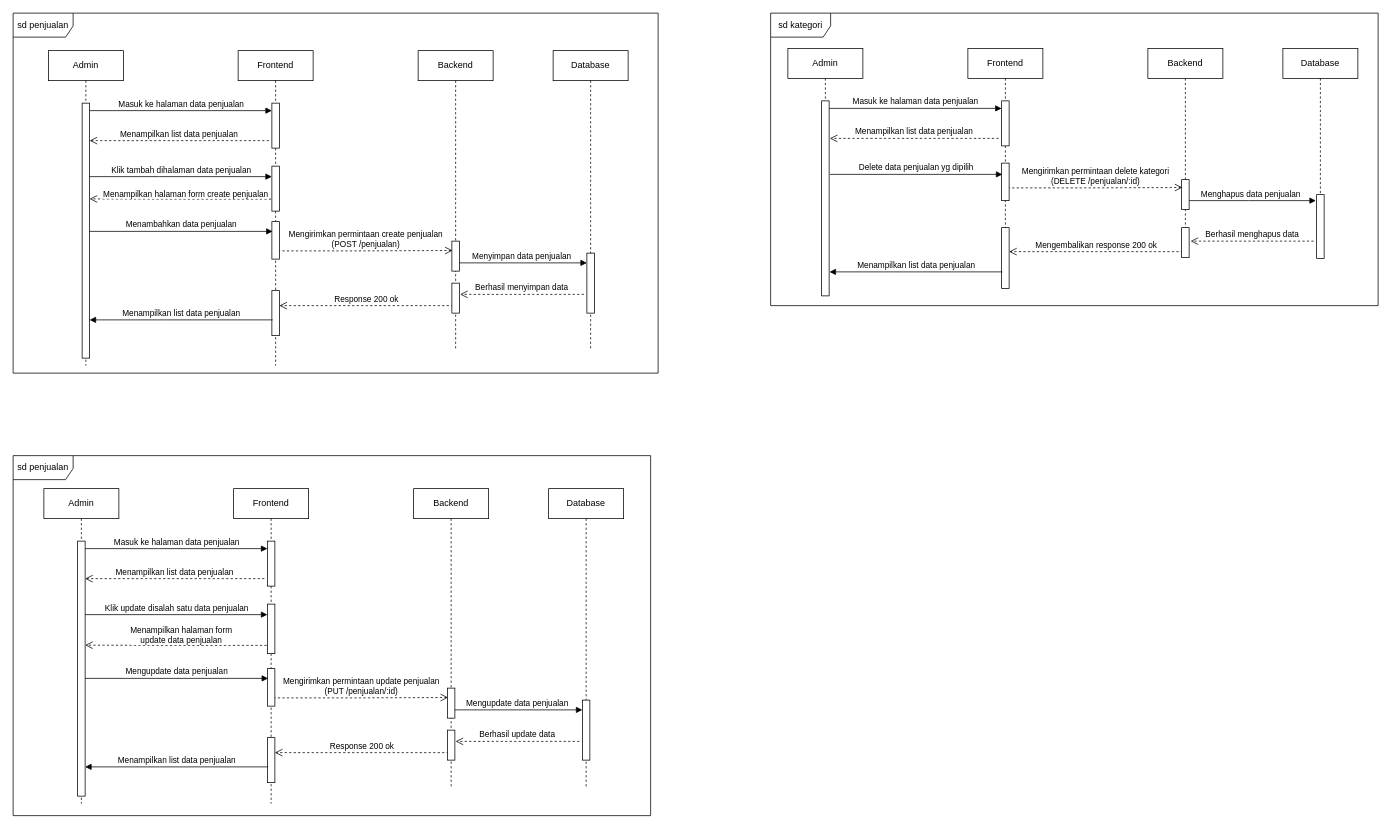
Above: page "Halaman-12" (4 of 5) of Sequence.drawio in sintariaulia/Diagram (draw.io), before the change. Source tidied: cells renumbered, new cells numbered last; positions are measured from the earlier drawing's top-left corner, leaving out a move shared by most shapes. Both pictures are drawn from the tidied source at 75%, with x=0, y=0 at pixel (13, 13).
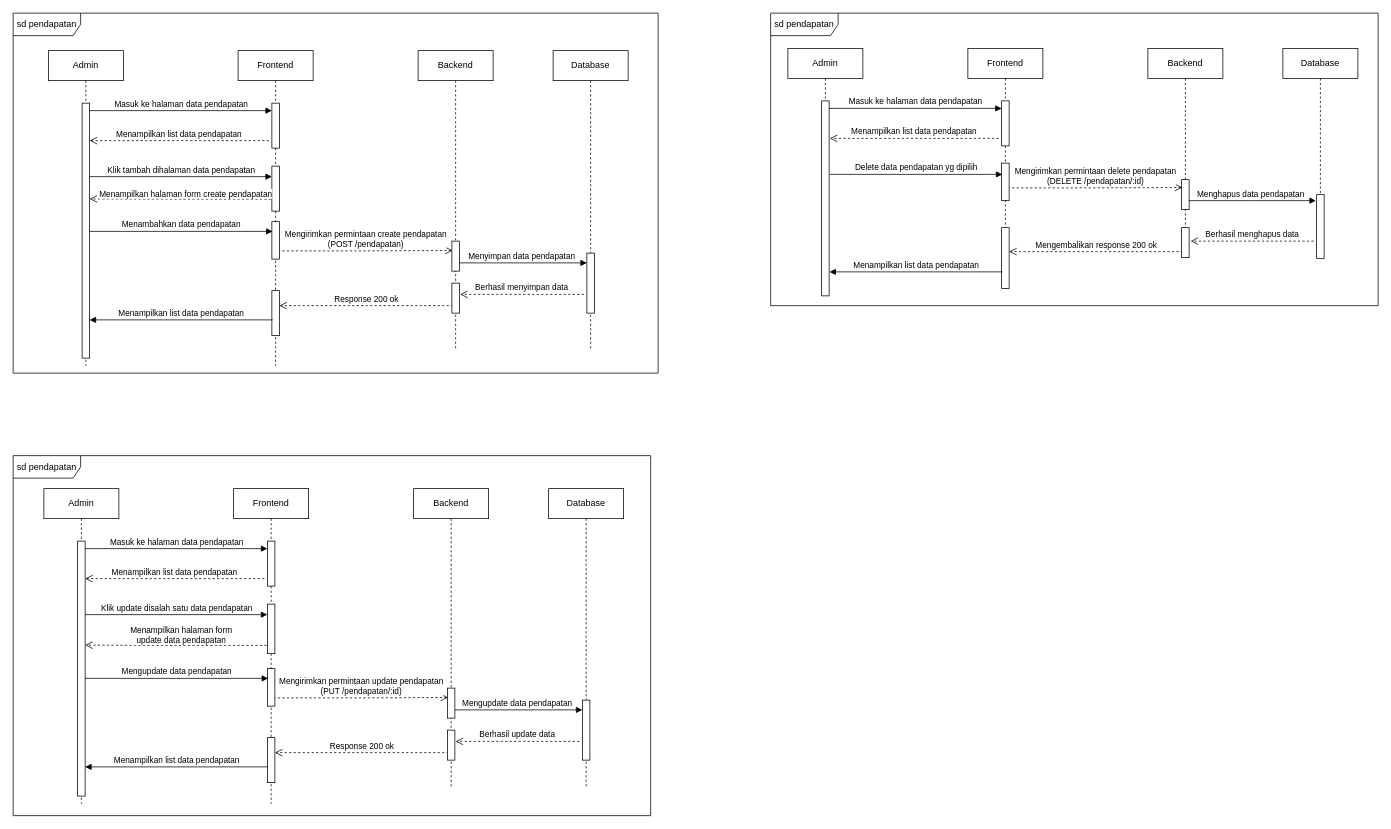
The same diagram, later.

The change refers to these unchanged cells:
```xml
<mxCell id="6" style="html=1;points=[];perimeter=orthogonalPerimeter;outlineConnect=0;targetShapes=umlLifeline;portConstraint=eastwest;newEdgeStyle={&quot;edgeStyle&quot;:&quot;elbowEdgeStyle&quot;,&quot;elbow&quot;:&quot;vertical&quot;,&quot;curved&quot;:0,&quot;rounded&quot;:0};" parent="5" vertex="1">
  <mxGeometry x="45" y="70" width="10" height="340" as="geometry" />
</mxCell>
<mxCell id="8" style="html=1;points=[];perimeter=orthogonalPerimeter;outlineConnect=0;targetShapes=umlLifeline;portConstraint=eastwest;newEdgeStyle={&quot;edgeStyle&quot;:&quot;elbowEdgeStyle&quot;,&quot;elbow&quot;:&quot;vertical&quot;,&quot;curved&quot;:0,&quot;rounded&quot;:0};" parent="7" vertex="1">
  <mxGeometry x="45" y="70" width="10" height="60" as="geometry" />
</mxCell>
<mxCell id="29" style="html=1;points=[];perimeter=orthogonalPerimeter;outlineConnect=0;targetShapes=umlLifeline;portConstraint=eastwest;newEdgeStyle={&quot;edgeStyle&quot;:&quot;elbowEdgeStyle&quot;,&quot;elbow&quot;:&quot;vertical&quot;,&quot;curved&quot;:0,&quot;rounded&quot;:0};" parent="28" vertex="1">
  <mxGeometry x="45" y="70" width="10" height="340" as="geometry" />
</mxCell>
<mxCell id="31" style="html=1;points=[];perimeter=orthogonalPerimeter;outlineConnect=0;targetShapes=umlLifeline;portConstraint=eastwest;newEdgeStyle={&quot;edgeStyle&quot;:&quot;elbowEdgeStyle&quot;,&quot;elbow&quot;:&quot;vertical&quot;,&quot;curved&quot;:0,&quot;rounded&quot;:0};" parent="30" vertex="1">
  <mxGeometry x="45" y="70" width="10" height="60" as="geometry" />
</mxCell>
<mxCell id="52" style="html=1;points=[];perimeter=orthogonalPerimeter;outlineConnect=0;targetShapes=umlLifeline;portConstraint=eastwest;newEdgeStyle={&quot;edgeStyle&quot;:&quot;elbowEdgeStyle&quot;,&quot;elbow&quot;:&quot;vertical&quot;,&quot;curved&quot;:0,&quot;rounded&quot;:0};" parent="51" vertex="1">
  <mxGeometry x="45" y="70" width="10" height="260" as="geometry" />
</mxCell>
<mxCell id="54" style="html=1;points=[];perimeter=orthogonalPerimeter;outlineConnect=0;targetShapes=umlLifeline;portConstraint=eastwest;newEdgeStyle={&quot;edgeStyle&quot;:&quot;elbowEdgeStyle&quot;,&quot;elbow&quot;:&quot;vertical&quot;,&quot;curved&quot;:0,&quot;rounded&quot;:0};" parent="53" vertex="1">
  <mxGeometry x="45" y="70" width="10" height="60" as="geometry" />
</mxCell>
```

What changed in the source:
```diff
@@
-    <mxCell id="3" value="Menyimpan data penjualan" style="html=1;verticalAlign=bottom;endArrow=block;edgeStyle=elbowEdgeStyle;elbow=horizontal;curved=0;rounded=0;" parent="1" edge="1">
+    <mxCell id="3" value="Menyimpan data pendapatan" style="html=1;verticalAlign=bottom;endArrow=block;edgeStyle=elbowEdgeStyle;elbow=horizontal;curved=0;rounded=0;" parent="1" edge="1">
       <mxGeometry relative="1" as="geometry">
         <mxPoint x="590" y="333" as="sourcePoint" />
         <mxPoint x="765" y="333" as="targetPoint" />
         <Array as="points">
           <mxPoint x="675" y="333" />
         </Array>
       </mxGeometry>
     </mxCell>
-    <mxCell id="4" value="Mengirimkan permintaan create penjualan&lt;br&gt;(POST /penjualan)" style="html=1;verticalAlign=bottom;endArrow=open;dashed=1;endSize=8;edgeStyle=elbowEdgeStyle;elbow=horizontal;curved=0;rounded=0;entryX=-0.2;entryY=0.37;entryDx=0;entryDy=0;entryPerimeter=0;" parent="1" edge="1">
+    <mxCell id="4" value="Mengirimkan permintaan create pendapatan&lt;br&gt;(POST /pendapatan)" style="html=1;verticalAlign=bottom;endArrow=open;dashed=1;endSize=8;edgeStyle=elbowEdgeStyle;elbow=horizontal;curved=0;rounded=0;entryX=-0.2;entryY=0.37;entryDx=0;entryDy=0;entryPerimeter=0;" parent="1" edge="1">
       <mxGeometry relative="1" as="geometry">
         <mxPoint x="353" y="317" as="sourcePoint" />
         <mxPoint x="586" y="316.5" as="targetPoint" />
       </mxGeometry>
     </mxCell>
@@
-    <mxCell id="12" value="Masuk ke halaman data penjualan" style="html=1;verticalAlign=bottom;endArrow=block;edgeStyle=elbowEdgeStyle;elbow=horizontal;curved=0;rounded=0;" parent="1" edge="1" source="6" target="8">
+    <mxCell id="12" value="Masuk ke halaman data pendapatan" style="html=1;verticalAlign=bottom;endArrow=block;edgeStyle=elbowEdgeStyle;elbow=horizontal;curved=0;rounded=0;" parent="1" edge="1" source="6" target="8">
       <mxGeometry relative="1" as="geometry">
         <Array as="points">
           <mxPoint x="200" y="130" />
         </Array>
       </mxGeometry>
     </mxCell>
-    <mxCell id="13" value="Menampilkan halaman form create penjualan" style="html=1;verticalAlign=bottom;endArrow=open;dashed=1;endSize=8;edgeStyle=elbowEdgeStyle;elbow=horizontal;curved=0;rounded=0;entryX=0.8;entryY=0.399;entryDx=0;entryDy=0;entryPerimeter=0;" parent="1" edge="1">
+    <mxCell id="13" value="Menampilkan halaman form create pendapatan" style="html=1;verticalAlign=bottom;endArrow=open;dashed=1;endSize=8;edgeStyle=elbowEdgeStyle;elbow=horizontal;curved=0;rounded=0;entryX=0.8;entryY=0.399;entryDx=0;entryDy=0;entryPerimeter=0;" parent="1" edge="1">
       <mxGeometry x="-0.06" y="2" relative="1" as="geometry">
         <mxPoint x="344" y="248" as="sourcePoint" />
         <mxPoint x="102" y="247.7" as="targetPoint" />
       </mxGeometry>
     </mxCell>
@@
-    <mxCell id="19" value="Menampilkan list data penjualan" style="html=1;verticalAlign=bottom;endArrow=open;dashed=1;endSize=8;edgeStyle=elbowEdgeStyle;elbow=vertical;curved=0;rounded=0;" parent="1" edge="1" target="6">
+    <mxCell id="19" value="Menampilkan list data pendapatan" style="html=1;verticalAlign=bottom;endArrow=open;dashed=1;endSize=8;edgeStyle=elbowEdgeStyle;elbow=vertical;curved=0;rounded=0;" parent="1" edge="1" target="6">
       <mxGeometry relative="1" as="geometry">
         <mxPoint x="341" y="170" as="sourcePoint" />
       </mxGeometry>
     </mxCell>
-    <mxCell id="20" value="Klik tambah dihalaman data penjualan" style="html=1;verticalAlign=bottom;endArrow=block;edgeStyle=elbowEdgeStyle;elbow=horizontal;curved=0;rounded=0;" parent="1" edge="1" source="6">
+    <mxCell id="20" value="Klik tambah dihalaman data pendapatan" style="html=1;verticalAlign=bottom;endArrow=block;edgeStyle=elbowEdgeStyle;elbow=horizontal;curved=0;rounded=0;" parent="1" edge="1" source="6">
       <mxGeometry relative="1" as="geometry">
         <mxPoint x="345" y="218" as="targetPoint" />
         <Array as="points">
           <mxPoint x="195" y="218" />
         </Array>
       </mxGeometry>
     </mxCell>
-    <mxCell id="21" value="Menambahkan data penjualan" style="html=1;verticalAlign=bottom;endArrow=block;edgeStyle=elbowEdgeStyle;elbow=horizontal;curved=0;rounded=0;" parent="1" edge="1" source="6">
+    <mxCell id="21" value="Menambahkan data pendapatan" style="html=1;verticalAlign=bottom;endArrow=block;edgeStyle=elbowEdgeStyle;elbow=horizontal;curved=0;rounded=0;" parent="1" edge="1" source="6">
       <mxGeometry relative="1" as="geometry">
         <mxPoint x="346" y="291" as="targetPoint" />
         <Array as="points">
           <mxPoint x="196" y="291" />
         </Array>
       </mxGeometry>
     </mxCell>
@@
-    <mxCell id="23" value="Menampilkan list data penjualan" style="html=1;verticalAlign=bottom;endArrow=block;edgeStyle=elbowEdgeStyle;elbow=horizontal;curved=0;rounded=0;" parent="1" edge="1" target="6">
+    <mxCell id="23" value="Menampilkan list data pendapatan" style="html=1;verticalAlign=bottom;endArrow=block;edgeStyle=elbowEdgeStyle;elbow=horizontal;curved=0;rounded=0;" parent="1" edge="1" target="6">
       <mxGeometry relative="1" as="geometry">
         <mxPoint x="346" y="409" as="sourcePoint" />
         <Array as="points">
           <mxPoint x="201" y="409" />
         </Array>
       </mxGeometry>
     </mxCell>
-    <mxCell id="24" value="sd penjualan" style="shape=umlFrame;whiteSpace=wrap;html=1;width=80;height=32;" parent="1" vertex="1">
+    <mxCell id="24" value="sd pendapatan" style="shape=umlFrame;whiteSpace=wrap;html=1;width=90;height=30;" parent="1" vertex="1">
       <mxGeometry width="860" height="480" as="geometry" />
     </mxCell>
@@
-    <mxCell id="26" value="Mengupdate data penjualan" style="html=1;verticalAlign=bottom;endArrow=block;edgeStyle=elbowEdgeStyle;elbow=horizontal;curved=0;rounded=0;" parent="1" edge="1">
+    <mxCell id="26" value="Mengupdate data pendapatan" style="html=1;verticalAlign=bottom;endArrow=block;edgeStyle=elbowEdgeStyle;elbow=horizontal;curved=0;rounded=0;" parent="1" edge="1">
       <mxGeometry relative="1" as="geometry">
         <mxPoint x="584" y="929" as="sourcePoint" />
         <mxPoint x="759" y="929" as="targetPoint" />
         <Array as="points">
           <mxPoint x="669" y="929" />
         </Array>
       </mxGeometry>
     </mxCell>
-    <mxCell id="27" value="Mengirimkan permintaan update penjualan&lt;br&gt;(PUT /penjualan/:id)" style="html=1;verticalAlign=bottom;endArrow=open;dashed=1;endSize=8;edgeStyle=elbowEdgeStyle;elbow=horizontal;curved=0;rounded=0;entryX=-0.2;entryY=0.37;entryDx=0;entryDy=0;entryPerimeter=0;" parent="1" edge="1">
+    <mxCell id="27" value="Mengirimkan permintaan update pendapatan&lt;br&gt;(PUT /pendapatan/:id)" style="html=1;verticalAlign=bottom;endArrow=open;dashed=1;endSize=8;edgeStyle=elbowEdgeStyle;elbow=horizontal;curved=0;rounded=0;entryX=-0.2;entryY=0.37;entryDx=0;entryDy=0;entryPerimeter=0;" parent="1" edge="1">
       <mxGeometry relative="1" as="geometry">
         <mxPoint x="347" y="913" as="sourcePoint" />
         <mxPoint x="580" y="912.5" as="targetPoint" />
       </mxGeometry>
     </mxCell>
@@
-    <mxCell id="35" value="Masuk ke halaman data penjualan" style="html=1;verticalAlign=bottom;endArrow=block;edgeStyle=elbowEdgeStyle;elbow=horizontal;curved=0;rounded=0;" parent="1" edge="1" source="29" target="31">
+    <mxCell id="35" value="Masuk ke halaman data pendapatan" style="html=1;verticalAlign=bottom;endArrow=block;edgeStyle=elbowEdgeStyle;elbow=horizontal;curved=0;rounded=0;" parent="1" edge="1" source="29" target="31">
       <mxGeometry relative="1" as="geometry">
         <Array as="points">
           <mxPoint x="194" y="714" />
         </Array>
       </mxGeometry>
     </mxCell>
-    <mxCell id="36" value="Menampilkan halaman form &lt;br&gt;update data penjualan" style="html=1;verticalAlign=bottom;endArrow=open;dashed=1;endSize=8;edgeStyle=elbowEdgeStyle;elbow=horizontal;curved=0;rounded=0;entryX=0.8;entryY=0.399;entryDx=0;entryDy=0;entryPerimeter=0;" parent="1" edge="1">
+    <mxCell id="36" value="Menampilkan halaman form &lt;br&gt;update data pendapatan" style="html=1;verticalAlign=bottom;endArrow=open;dashed=1;endSize=8;edgeStyle=elbowEdgeStyle;elbow=horizontal;curved=0;rounded=0;entryX=0.8;entryY=0.399;entryDx=0;entryDy=0;entryPerimeter=0;" parent="1" edge="1">
       <mxGeometry x="-0.06" y="2" relative="1" as="geometry">
         <mxPoint x="338" y="843" as="sourcePoint" />
         <mxPoint x="96" y="842.7" as="targetPoint" />
       </mxGeometry>
     </mxCell>
@@
-    <mxCell id="42" value="Menampilkan list data penjualan" style="html=1;verticalAlign=bottom;endArrow=open;dashed=1;endSize=8;edgeStyle=elbowEdgeStyle;elbow=vertical;curved=0;rounded=0;" parent="1" edge="1" target="29">
+    <mxCell id="42" value="Menampilkan list data pendapatan" style="html=1;verticalAlign=bottom;endArrow=open;dashed=1;endSize=8;edgeStyle=elbowEdgeStyle;elbow=vertical;curved=0;rounded=0;" parent="1" edge="1" target="29">
       <mxGeometry relative="1" as="geometry">
         <mxPoint x="335" y="754" as="sourcePoint" />
       </mxGeometry>
     </mxCell>
-    <mxCell id="43" value="Klik update disalah satu data penjualan" style="html=1;verticalAlign=bottom;endArrow=block;edgeStyle=elbowEdgeStyle;elbow=horizontal;curved=0;rounded=0;" parent="1" edge="1" source="29">
+    <mxCell id="43" value="Klik update disalah satu data pendapatan" style="html=1;verticalAlign=bottom;endArrow=block;edgeStyle=elbowEdgeStyle;elbow=horizontal;curved=0;rounded=0;" parent="1" edge="1" source="29">
       <mxGeometry relative="1" as="geometry">
         <mxPoint x="339" y="802" as="targetPoint" />
         <Array as="points">
           <mxPoint x="189" y="802" />
         </Array>
       </mxGeometry>
     </mxCell>
-    <mxCell id="44" value="Mengupdate data penjualan" style="html=1;verticalAlign=bottom;endArrow=block;edgeStyle=elbowEdgeStyle;elbow=horizontal;curved=0;rounded=0;" parent="1" edge="1">
+    <mxCell id="44" value="Mengupdate data pendapatan" style="html=1;verticalAlign=bottom;endArrow=block;edgeStyle=elbowEdgeStyle;elbow=horizontal;curved=0;rounded=0;" parent="1" edge="1">
       <mxGeometry relative="1" as="geometry">
         <mxPoint x="96" y="887" as="sourcePoint" />
         <mxPoint x="340" y="887" as="targetPoint" />
         <Array as="points">
           <mxPoint x="190" y="887" />
         </Array>
       </mxGeometry>
     </mxCell>
@@
-    <mxCell id="46" value="Menampilkan list data penjualan" style="html=1;verticalAlign=bottom;endArrow=block;edgeStyle=elbowEdgeStyle;elbow=horizontal;curved=0;rounded=0;" parent="1" edge="1">
+    <mxCell id="46" value="Menampilkan list data pendapatan" style="html=1;verticalAlign=bottom;endArrow=block;edgeStyle=elbowEdgeStyle;elbow=horizontal;curved=0;rounded=0;" parent="1" edge="1">
       <mxGeometry relative="1" as="geometry">
         <mxPoint x="340" y="1005" as="sourcePoint" />
         <mxPoint x="96" y="1005" as="targetPoint" />
         <Array as="points">
           <mxPoint x="195" y="1005" />
         </Array>
       </mxGeometry>
     </mxCell>
-    <mxCell id="47" value="sd penjualan" style="shape=umlFrame;whiteSpace=wrap;html=1;width=80;height=32;" parent="1" vertex="1">
+    <mxCell id="47" value="sd&amp;nbsp;pendapatan" style="shape=umlFrame;whiteSpace=wrap;html=1;width=90;height=30;" parent="1" vertex="1">
       <mxGeometry y="590" width="850" height="480" as="geometry" />
     </mxCell>
@@
-    <mxCell id="49" value="Menghapus data penjualan" style="html=1;verticalAlign=bottom;endArrow=block;edgeStyle=elbowEdgeStyle;elbow=horizontal;curved=0;rounded=0;" parent="1" edge="1">
+    <mxCell id="49" value="Menghapus data pendapatan" style="html=1;verticalAlign=bottom;endArrow=block;edgeStyle=elbowEdgeStyle;elbow=horizontal;curved=0;rounded=0;" parent="1" edge="1">
       <mxGeometry relative="1" as="geometry">
         <mxPoint x="1562" y="250" as="sourcePoint" />
         <mxPoint x="1737" y="250" as="targetPoint" />
         <Array as="points">
           <mxPoint x="1647" y="250" />
         </Array>
       </mxGeometry>
     </mxCell>
-    <mxCell id="50" value="Mengirimkan permintaan delete kategori&lt;br&gt;(DELETE /penjualan/:id)" style="html=1;verticalAlign=bottom;endArrow=open;dashed=1;endSize=8;edgeStyle=elbowEdgeStyle;elbow=horizontal;curved=0;rounded=0;entryX=-0.2;entryY=0.37;entryDx=0;entryDy=0;entryPerimeter=0;" parent="1" edge="1">
+    <mxCell id="50" value="Mengirimkan permintaan delete pendapatan&lt;br&gt;(DELETE /pendapatan/:id)" style="html=1;verticalAlign=bottom;endArrow=open;dashed=1;endSize=8;edgeStyle=elbowEdgeStyle;elbow=horizontal;curved=0;rounded=0;entryX=-0.2;entryY=0.37;entryDx=0;entryDy=0;entryPerimeter=0;" parent="1" edge="1">
       <mxGeometry relative="1" as="geometry">
         <mxPoint x="1326" y="233" as="sourcePoint" />
         <mxPoint x="1559" y="232.5" as="targetPoint" />
       </mxGeometry>
     </mxCell>
@@
-    <mxCell id="57" value="Masuk ke halaman data penjualan" style="html=1;verticalAlign=bottom;endArrow=block;edgeStyle=elbowEdgeStyle;elbow=horizontal;curved=0;rounded=0;" parent="1" edge="1" source="52" target="54">
+    <mxCell id="57" value="Masuk ke halaman data pendapatan" style="html=1;verticalAlign=bottom;endArrow=block;edgeStyle=elbowEdgeStyle;elbow=horizontal;curved=0;rounded=0;" parent="1" edge="1" source="52" target="54">
       <mxGeometry relative="1" as="geometry">
         <Array as="points">
           <mxPoint x="1173" y="127" />
         </Array>
       </mxGeometry>
     </mxCell>
@@
-    <mxCell id="63" value="Menampilkan list data penjualan" style="html=1;verticalAlign=bottom;endArrow=open;dashed=1;endSize=8;edgeStyle=elbowEdgeStyle;elbow=vertical;curved=0;rounded=0;" parent="1" edge="1">
+    <mxCell id="63" value="Menampilkan list data pendapatan" style="html=1;verticalAlign=bottom;endArrow=open;dashed=1;endSize=8;edgeStyle=elbowEdgeStyle;elbow=vertical;curved=0;rounded=0;" parent="1" edge="1">
       <mxGeometry relative="1" as="geometry">
         <mxPoint x="1314" y="167" as="sourcePoint" />
         <mxPoint x="1089" y="167" as="targetPoint" />
       </mxGeometry>
     </mxCell>
-    <mxCell id="64" value="Delete data penjualan yg dipilih" style="html=1;verticalAlign=bottom;endArrow=block;edgeStyle=elbowEdgeStyle;elbow=horizontal;curved=0;rounded=0;" parent="1" edge="1">
+    <mxCell id="64" value="Delete data pendapatan&amp;nbsp;yg dipilih" style="html=1;verticalAlign=bottom;endArrow=block;edgeStyle=elbowEdgeStyle;elbow=horizontal;curved=0;rounded=0;" parent="1" edge="1">
       <mxGeometry relative="1" as="geometry">
         <mxPoint x="1089" y="215" as="sourcePoint" />
         <mxPoint x="1319" y="215" as="targetPoint" />
         <Array as="points">
           <mxPoint x="1169" y="215" />
         </Array>
       </mxGeometry>
     </mxCell>
@@
-    <mxCell id="66" value="Menampilkan list data penjualan" style="html=1;verticalAlign=bottom;endArrow=block;edgeStyle=elbowEdgeStyle;elbow=horizontal;curved=0;rounded=0;" parent="1" edge="1">
+    <mxCell id="66" value="Menampilkan list data pendapatan" style="html=1;verticalAlign=bottom;endArrow=block;edgeStyle=elbowEdgeStyle;elbow=horizontal;curved=0;rounded=0;" parent="1" edge="1">
       <mxGeometry relative="1" as="geometry">
         <mxPoint x="1319" y="345" as="sourcePoint" />
         <mxPoint x="1088.5" y="345" as="targetPoint" />
         <Array as="points">
           <mxPoint x="1174" y="345" />
         </Array>
       </mxGeometry>
     </mxCell>
-    <mxCell id="67" value="sd kategori" style="shape=umlFrame;whiteSpace=wrap;html=1;width=80;height=32;" parent="1" vertex="1">
+    <mxCell id="67" value="sd&amp;nbsp;pendapatan" style="shape=umlFrame;whiteSpace=wrap;html=1;width=90;height=30;" parent="1" vertex="1">
       <mxGeometry x="1010" width="810" height="390" as="geometry" />
     </mxCell>
```
